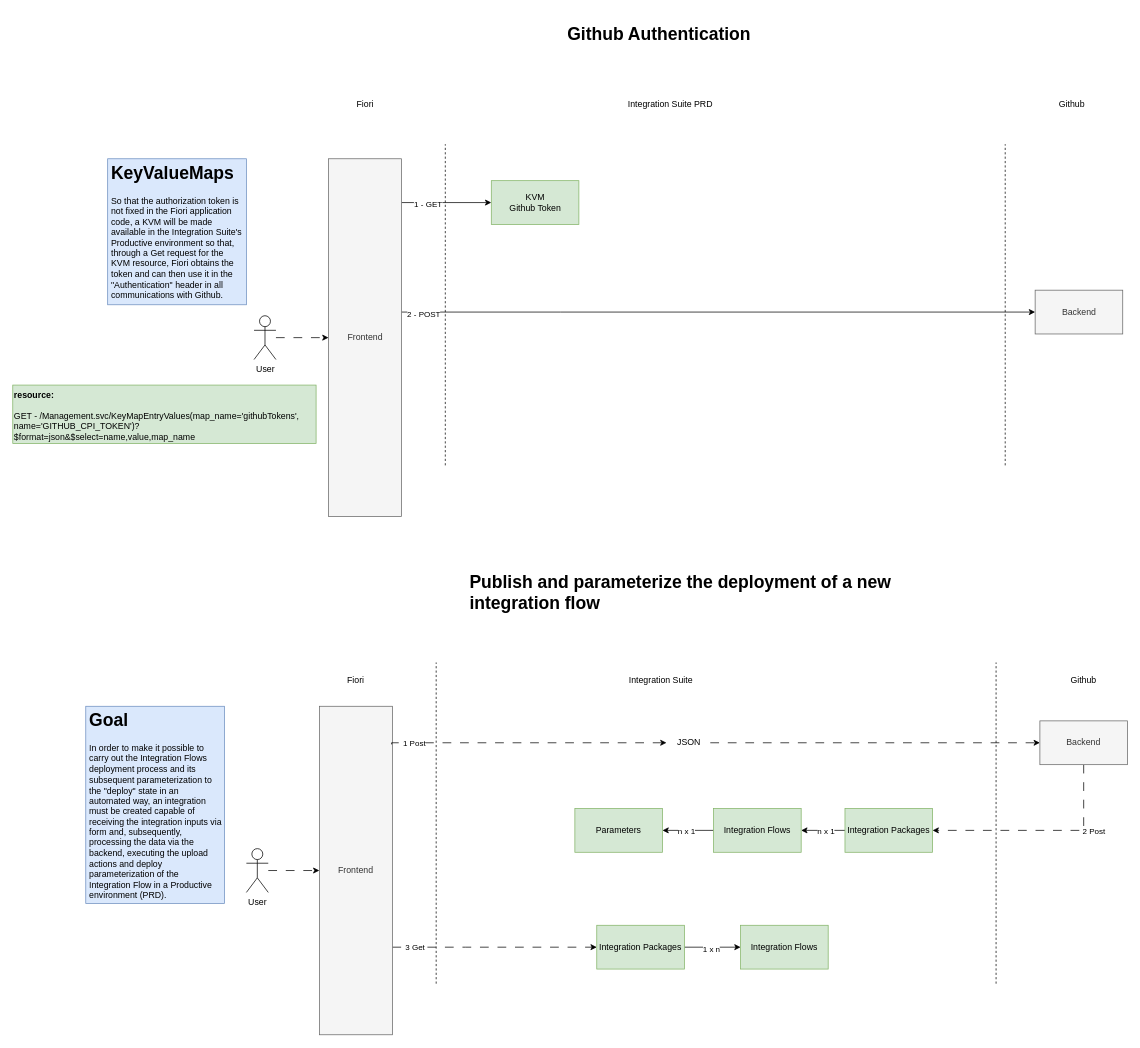
gabriel-rodrigues-f/sap-cloud-integration-architectural-diagrams keeps this draw.io diagram as page "Integration UseCases" (4 of 5) of cpi-publisher-diagram.drawio. Above is the earlier version. Source tidied: cells renumbered, new cells numbered last; positions are measured from the earlier drawing's top-left corner, leaving out a move shared by most shapes. Both pictures are drawn from the tidied source at 73%, with x=0, y=0 at pixel (12, 20).
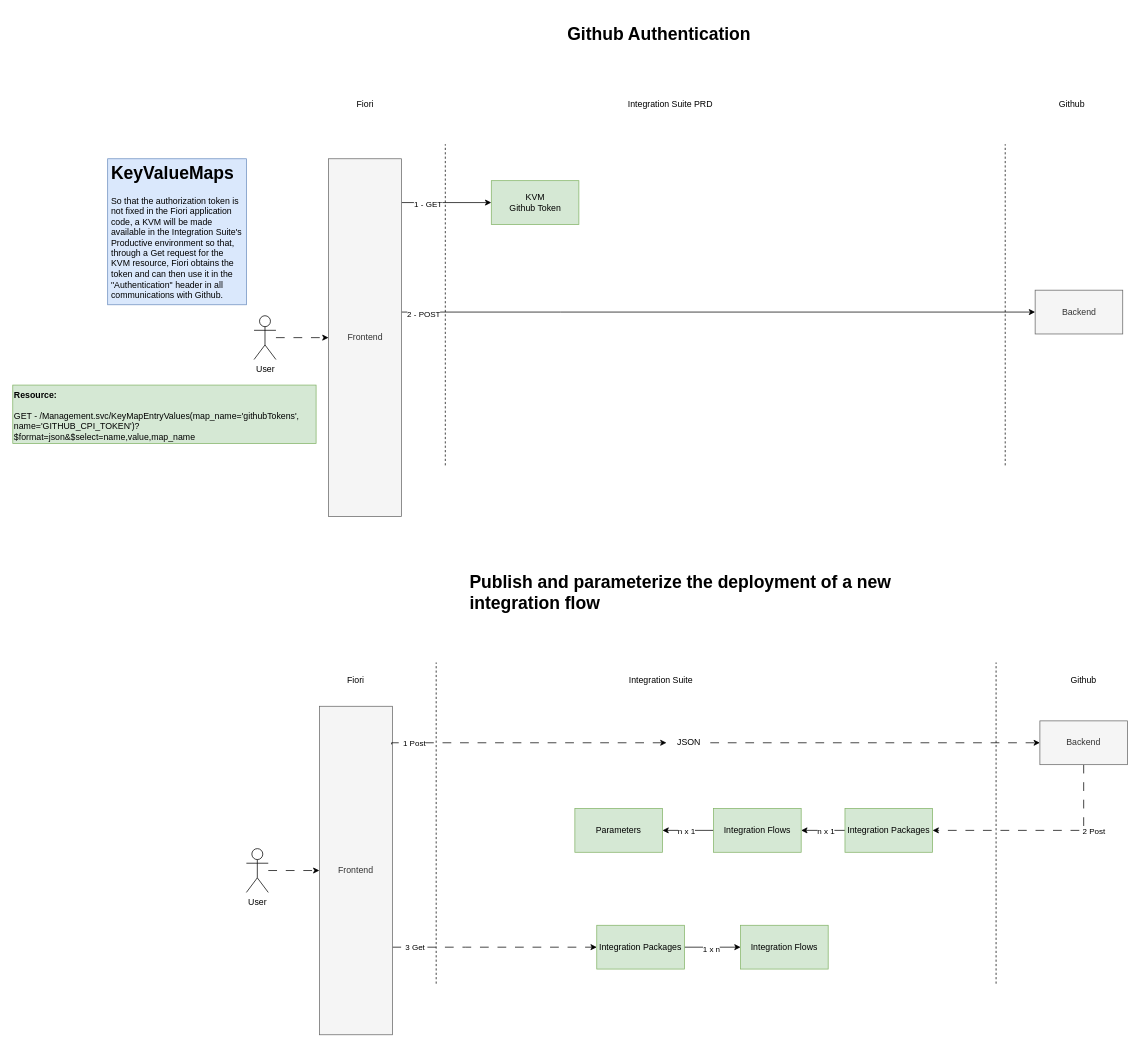
After the change.

What changed in the source:
```diff
@@
-    <mxCell id="30" value="&lt;h1&gt;Goal&lt;/h1&gt;&lt;p&gt;In order to make it possible to carry out the Integration Flows deployment process and its subsequent parameterization to the &quot;deploy&quot; state in an automated way, an integration must be created capable of receiving the integration inputs via form and, subsequently, processing the data via the backend, executing the upload actions and deploy parameterization of the Integration Flow in a Productive environment (PRD).&lt;/p&gt;" style="text;html=1;strokeColor=#6c8ebf;fillColor=#dae8fc;spacing=5;spacingTop=-20;whiteSpace=wrap;overflow=hidden;rounded=0;" parent="1" vertex="1">
-      <mxGeometry x="100" y="940" width="190" height="270" as="geometry" />
-    </mxCell>
@@
-    <mxCell id="48" value="&lt;b&gt;resource:&lt;br&gt;&lt;br&gt;&lt;/b&gt;GET - /Management.svc/KeyMapEntryValues(map_name='githubTokens',&lt;br&gt;name='GITHUB_CPI_TOKEN')?&lt;br&gt;$format=json&amp;amp;$select=name,value,map_name&lt;b&gt;&lt;br&gt;&lt;/b&gt;" style="text;html=1;strokeColor=#82b366;fillColor=#d5e8d4;align=left;verticalAlign=top;rounded=0;whiteSpace=wrap;" parent="1" vertex="1">
+    <mxCell id="48" value="&lt;b&gt;Resource:&lt;br&gt;&lt;br&gt;&lt;/b&gt;GET - /Management.svc/KeyMapEntryValues(map_name='githubTokens',&lt;br&gt;name='GITHUB_CPI_TOKEN')?&lt;br&gt;$format=json&amp;amp;$select=name,value,map_name&lt;b&gt;&lt;br&gt;&lt;/b&gt;" style="text;html=1;strokeColor=#82b366;fillColor=#d5e8d4;align=left;verticalAlign=top;rounded=0;whiteSpace=wrap;" parent="1" vertex="1">
       <mxGeometry y="500" width="415.5" height="80" as="geometry" />
     </mxCell>
```
